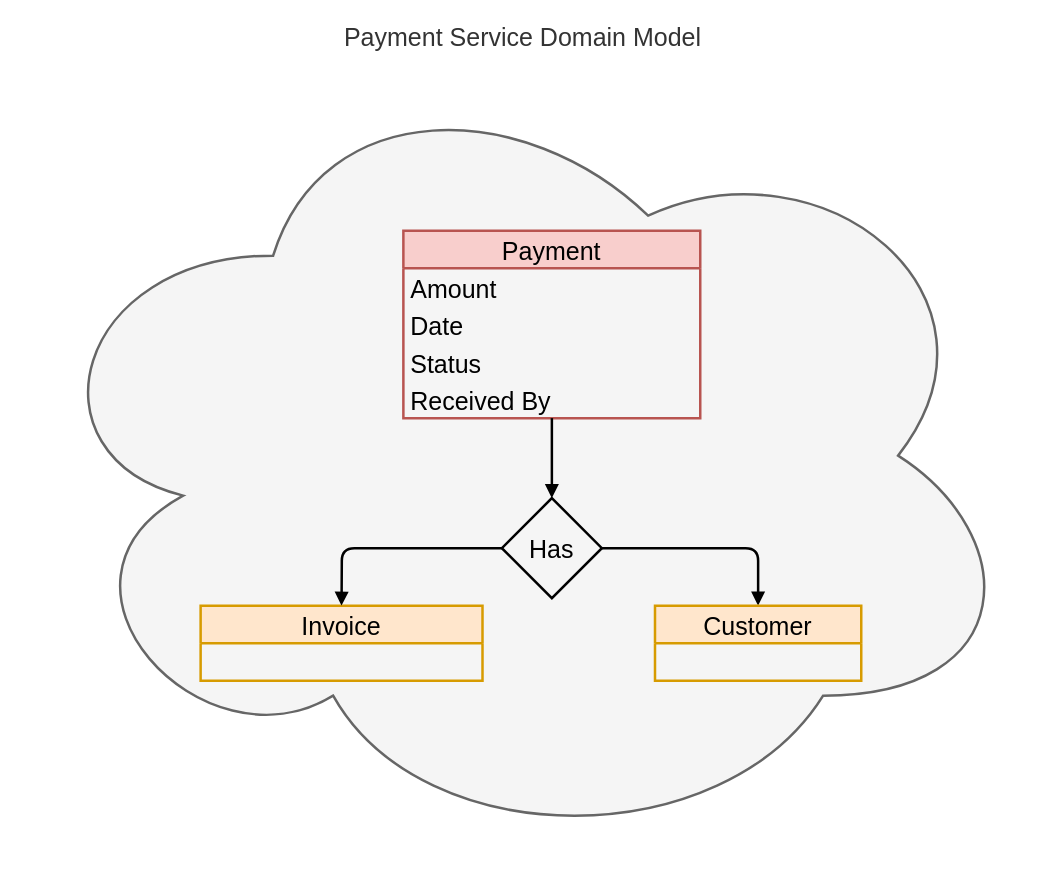
Earlier version of the draw.io diagram docs/diagram/payment_service_domain_model.drawio (dudhwalas/dudhwala). Source tidied: cells renumbered, new cells numbered last; positions are measured from the earlier drawing's top-left corner, leaving out a move shared by most shapes. Both pictures are drawn from the tidied source at 125%, with x=0, y=0 at pixel (22, 55).
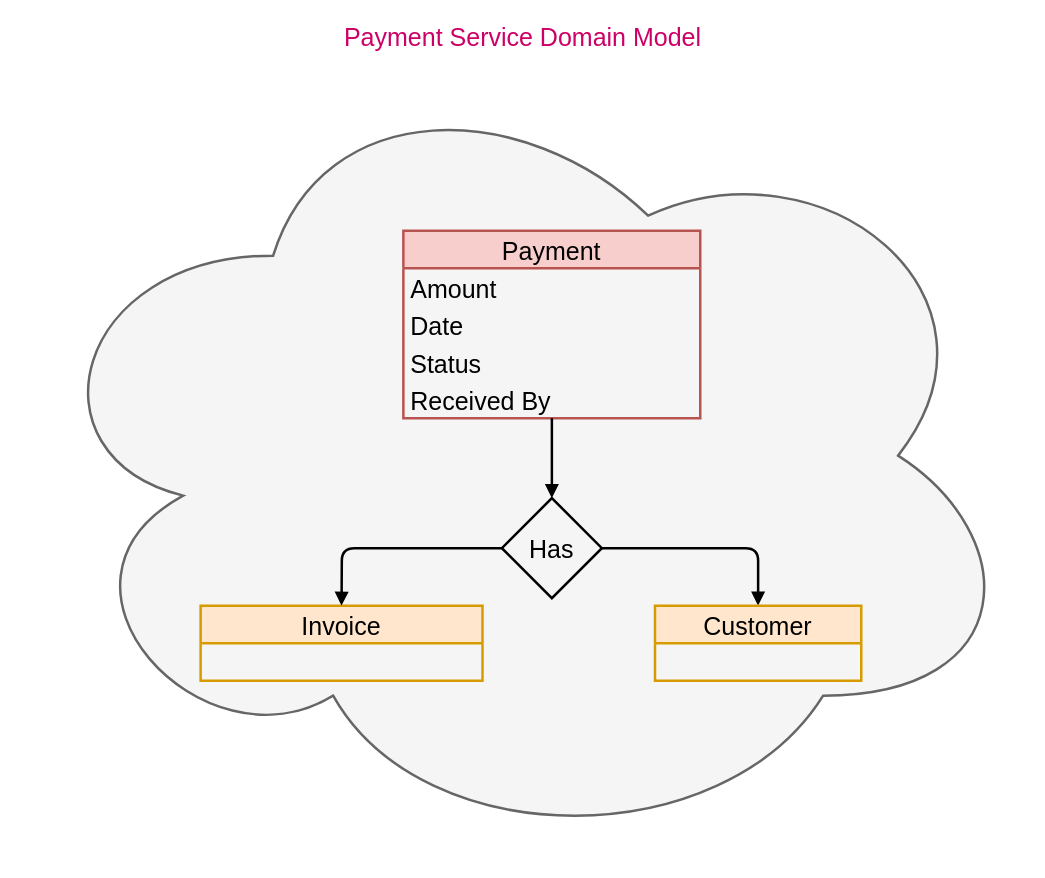
Above is the later version.

Diff of the diagram source:
```diff
@@
 <mxGraphModel>
   <root>
     <mxCell id="0" />
     <mxCell id="1" parent="0" />
-    <mxCell id="2" value="Payment Service Domain Model" style="ellipse;shape=cloud;whiteSpace=wrap;html=1;fillColor=#f5f5f5;fontColor=#333333;strokeColor=#666666;strokeWidth=2;labelPosition=center;verticalLabelPosition=top;align=center;verticalAlign=bottom;fontSize=20;" parent="1" vertex="1">
+    <mxCell id="2" value="Payment Service Domain Model" style="ellipse;shape=cloud;whiteSpace=wrap;html=1;fillColor=#f5f5f5;fontColor=#CC0066;strokeColor=#666666;strokeWidth=2;labelPosition=center;verticalLabelPosition=top;align=center;verticalAlign=bottom;fontSize=20;" parent="1" vertex="1">
       <mxGeometry width="800" height="640" as="geometry" />
     </mxCell>
     <mxCell id="3" value="Payment" style="swimlane;fontStyle=0;horizontal=1;startSize=30;fillColor=#f8cecc;strokeColor=#b85450;fontSize=20;strokeWidth=2;" parent="1" vertex="1">
       <mxGeometry x="304.2" y="140" width="237.5" height="150" as="geometry" />
     </mxCell>
     <mxCell id="4" value="Amount" style="text;strokeColor=none;fillColor=none;align=left;verticalAlign=middle;spacingLeft=4;spacingRight=4;overflow=hidden;fontSize=20;strokeWidth=2;" parent="3" vertex="1">
       <mxGeometry y="30" width="237.5" height="30" as="geometry" />
     </mxCell>
     <mxCell id="5" value="Date" style="text;strokeColor=none;fillColor=none;align=left;verticalAlign=middle;spacingLeft=4;spacingRight=4;overflow=hidden;fontSize=20;strokeWidth=2;" parent="3" vertex="1">
       <mxGeometry y="60" width="237.5" height="30" as="geometry" />
     </mxCell>
     <mxCell id="6" value="Status" style="text;strokeColor=none;fillColor=none;align=left;verticalAlign=middle;spacingLeft=4;spacingRight=4;overflow=hidden;fontSize=20;strokeWidth=2;" parent="3" vertex="1">
       <mxGeometry y="90" width="237.5" height="30" as="geometry" />
     </mxCell>
     <mxCell id="7" value="Received By" style="text;strokeColor=none;fillColor=none;align=left;verticalAlign=middle;spacingLeft=4;spacingRight=4;overflow=hidden;fontSize=20;strokeWidth=2;" parent="3" vertex="1">
       <mxGeometry y="120" width="237.5" height="30" as="geometry" />
     </mxCell>
     <mxCell id="8" value="Invoice" style="swimlane;fontStyle=0;horizontal=1;startSize=30;fillColor=#ffe6cc;strokeColor=#d79b00;fontSize=20;strokeWidth=2;" parent="1" vertex="1">
       <mxGeometry x="142" y="440" width="225.5" height="60" as="geometry" />
     </mxCell>
     <mxCell id="9" style="edgeStyle=none;html=1;exitX=1;exitY=0.5;exitDx=0;exitDy=0;entryX=0.5;entryY=0;entryDx=0;entryDy=0;endArrow=block;endFill=1;strokeWidth=2;" parent="1" edge="1" source="10" target="13">
       <mxGeometry relative="1" as="geometry">
         <Array as="points">
           <mxPoint x="588" y="394" />
         </Array>
       </mxGeometry>
     </mxCell>
     <mxCell id="10" value="Has" style="rhombus;whiteSpace=wrap;html=1;fontSize=20;fillColor=none;strokeWidth=2;" parent="1" vertex="1">
       <mxGeometry x="383" y="354" width="80" height="80" as="geometry" />
     </mxCell>
     <mxCell id="11" style="edgeStyle=none;html=1;entryX=0.5;entryY=0;entryDx=0;entryDy=0;fontSize=20;endArrow=block;endFill=1;strokeWidth=2;" parent="1" edge="1" target="10">
       <mxGeometry relative="1" as="geometry">
         <mxPoint x="423" y="290" as="sourcePoint" />
       </mxGeometry>
     </mxCell>
     <mxCell id="12" style="edgeStyle=none;html=1;entryX=0.5;entryY=0;entryDx=0;entryDy=0;fontSize=20;endArrow=block;endFill=1;strokeWidth=2;exitX=0;exitY=0.5;exitDx=0;exitDy=0;" parent="1" edge="1" source="10" target="8">
       <mxGeometry relative="1" as="geometry">
         <Array as="points">
           <mxPoint x="255" y="394" />
         </Array>
       </mxGeometry>
     </mxCell>
     <mxCell id="13" value="Customer" style="swimlane;fontStyle=0;horizontal=1;startSize=30;fillColor=#ffe6cc;strokeColor=#d79b00;fontSize=20;strokeWidth=2;" parent="1" vertex="1">
       <mxGeometry x="505.5" y="440" width="165" height="60" as="geometry" />
     </mxCell>
   </root>
 </mxGraphModel>
```
